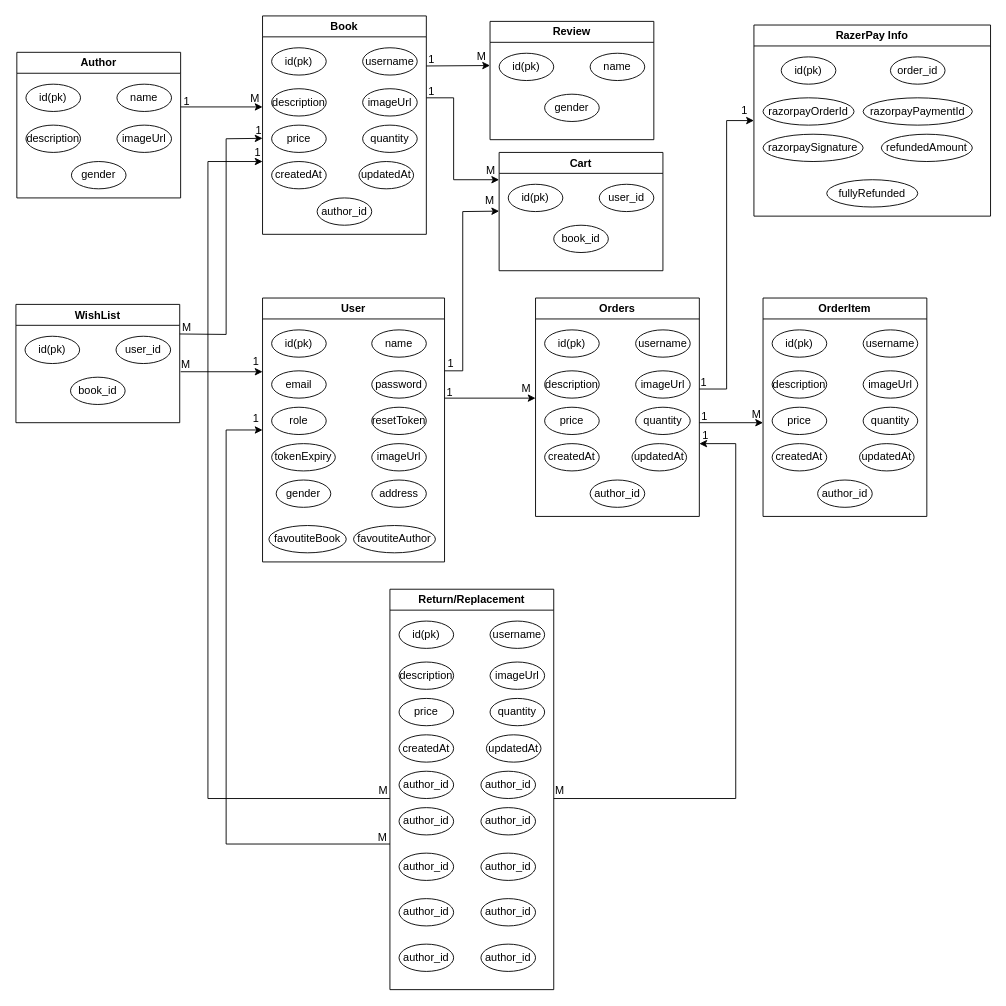
abubakar8866/Bookify-Online-Book-Shopping keeps this draw.io diagram as UML Diagram/ErDiagram.drawio. Above is the earlier version. Source tidied: cells renumbered, new cells numbered last; positions are measured from the earlier drawing's top-left corner, leaving out a move shared by most shapes. Both pictures are drawn from the tidied source at 91%, with x=0, y=0 at pixel (15, 15).
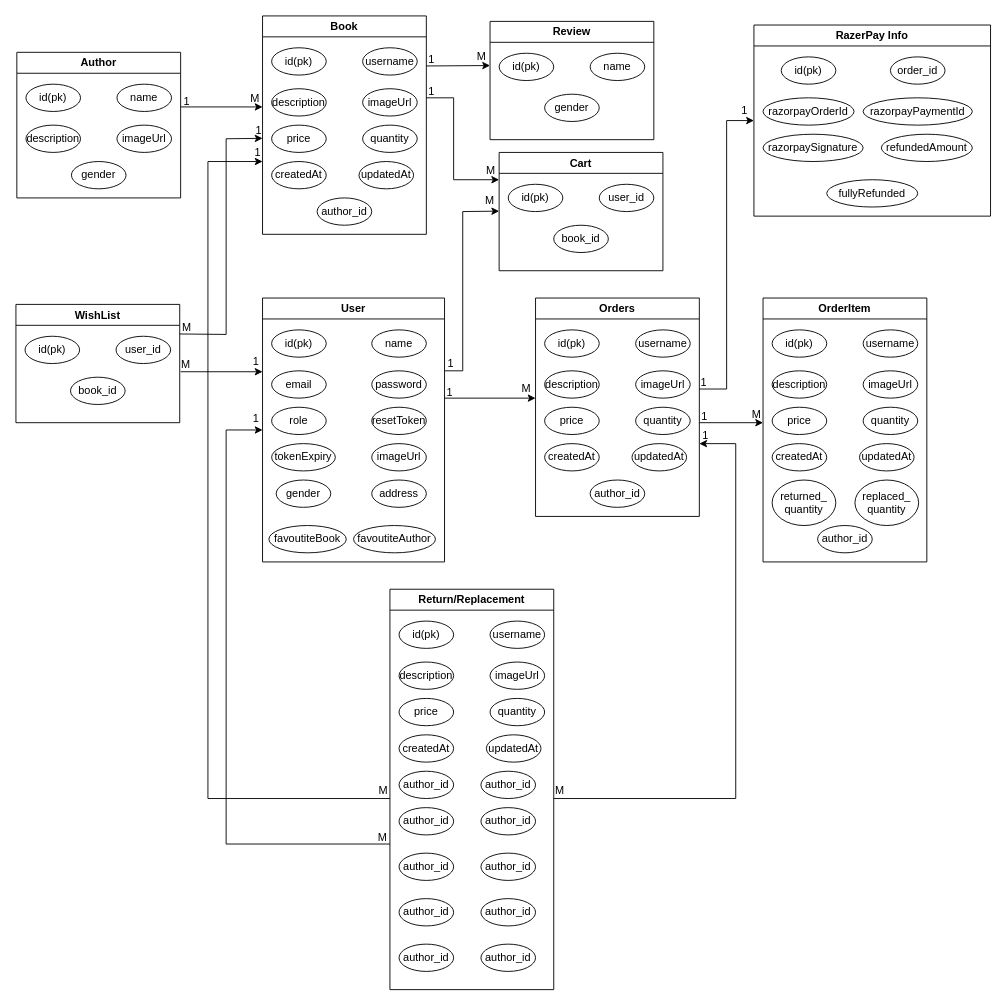
The same page after the edit.

Diff of the diagram source:
```diff
@@
     <mxCell id="42" value="OrderItem" style="swimlane;whiteSpace=wrap;html=1;startSize=23;" parent="1" vertex="1">
-      <mxGeometry x="821" y="310" width="180" height="240" as="geometry" />
+      <mxGeometry x="821" y="310" width="180" height="290" as="geometry" />
     </mxCell>
@@
-    <mxCell id="51" value="author_id" style="ellipse;whiteSpace=wrap;html=1;" parent="42" vertex="1">
-      <mxGeometry x="60" y="200" width="60" height="30" as="geometry" />
+    <mxCell id="51" value="returned_&lt;div&gt;quantity&lt;/div&gt;" style="ellipse;whiteSpace=wrap;html=1;" parent="42" vertex="1">
+      <mxGeometry x="10" y="200" width="70" height="50" as="geometry" />
     </mxCell>
+    <mxCell id="126" value="author_id" style="ellipse;whiteSpace=wrap;html=1;" parent="42" vertex="1">
+      <mxGeometry x="60" y="250" width="60" height="30" as="geometry" />
+    </mxCell>
+    <mxCell id="127" value="replaced_&lt;div&gt;quantity&lt;/div&gt;" style="ellipse;whiteSpace=wrap;html=1;" parent="42" vertex="1">
+      <mxGeometry x="101" y="200" width="70" height="50" as="geometry" />
+    </mxCell>
```
